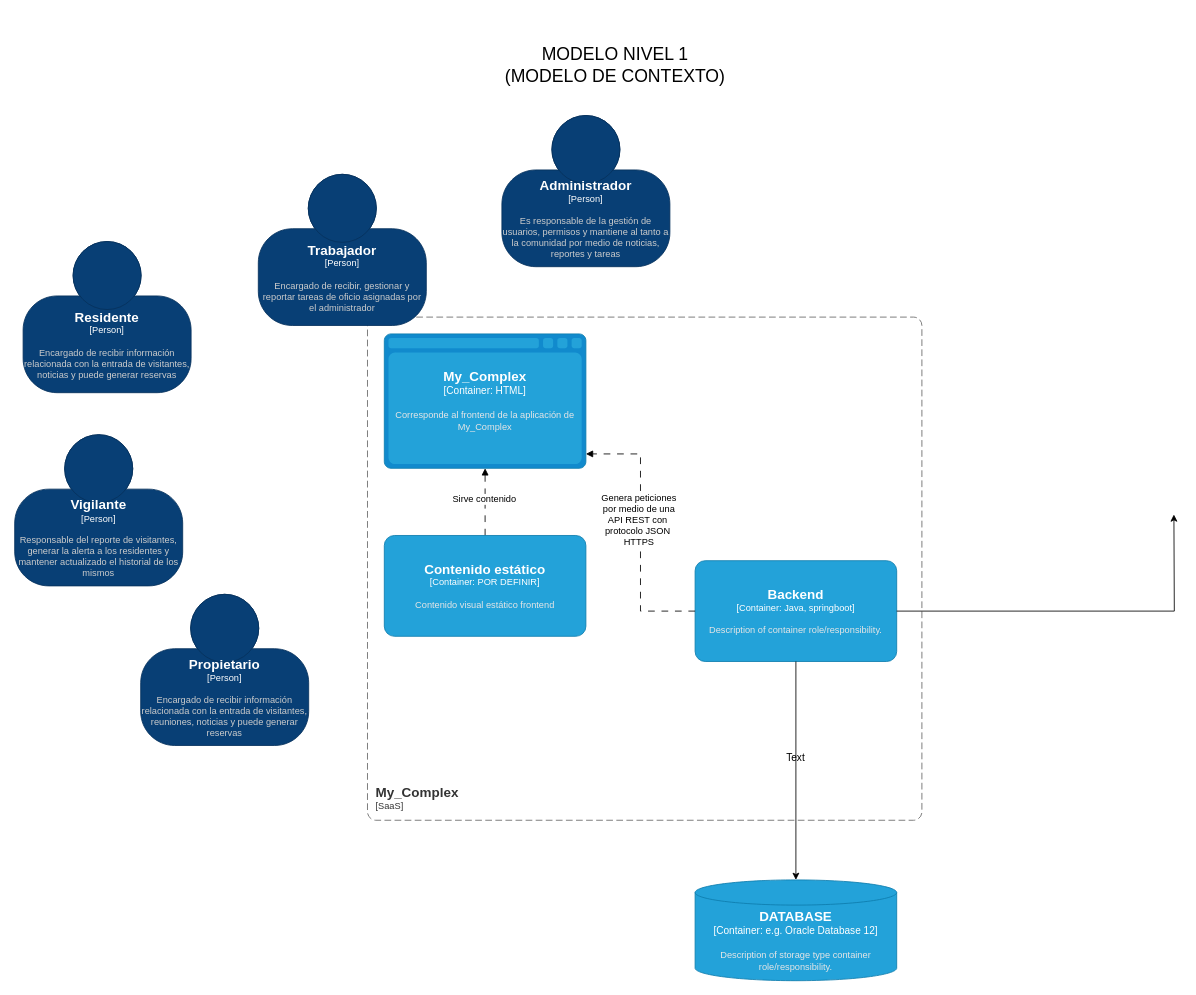
The draw.io diagram Modelo_de_contexto2.drawio in 3st3b4nR/Documentacion_My_Complex, before the edit. Source tidied: cells renumbered, new cells numbered last; positions are measured from the earlier drawing's top-left corner, leaving out a move shared by most shapes. Both pictures are drawn from the tidied source at 84%, with x=0, y=0 at pixel (14, 14).
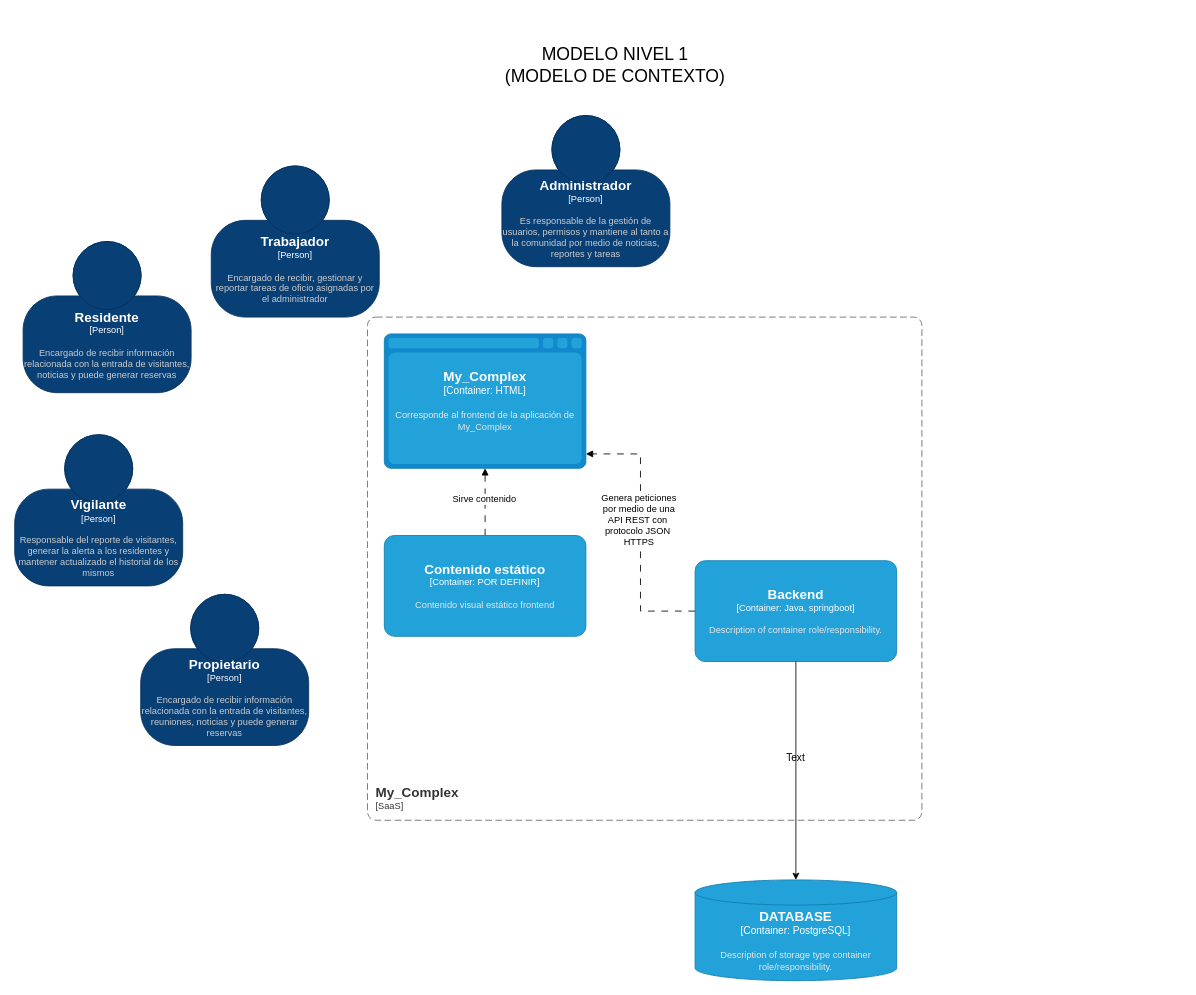
Above is the later version.

Commit message (it also covers changes not shown here):
Agrego el adr para el stack del frontend

The change refers to these unchanged cells:
```xml
<object id="8" label="&lt;font style=&quot;font-size: 16px&quot;&gt;&lt;b&gt;%c4Name%&lt;/b&gt;&lt;/font&gt;&lt;div&gt;[%c4Type%: %c4Technology%]&lt;/div&gt;&lt;br&gt;&lt;div&gt;&lt;font style=&quot;font-size: 11px&quot;&gt;&lt;font color=&quot;#E6E6E6&quot;&gt;%c4Description%&lt;/font&gt;&lt;/div&gt;" c4Description="Description of container role/responsibility." c4Name="Backend" c4Technology="Java, springboot" c4Type="Container" placeholders="1">
  <mxCell style="rounded=1;whiteSpace=wrap;html=1;fontSize=11;labelBackgroundColor=none;fillColor=#23A2D9;fontColor=#ffffff;align=center;arcSize=10;strokeColor=#0E7DAD;points=[[0.25,0,0],[0.5,0,0],[0.75,0,0],[1,0.25,0],[1,0.5,0],[1,0.75,0],[0.75,1,0],[0.5,1,0],[0.25,1,0],[0,0.75,0],[0,0.5,0],[0,0.25,0]];" parent="1" vertex="1">
    <mxGeometry x="810" y="650" width="240" height="120" as="geometry" />
  </mxCell>
</object>
```

Diff of the diagram source:
```diff
@@
-    <mxCell id="9" style="edgeStyle=orthogonalEdgeStyle;rounded=0;jettySize=auto;html=1;entryX=0.5;entryY=1;entryDx=0;entryDy=0;entryPerimeter=0;" parent="1" edge="1" source="8">
-      <mxGeometry relative="1" as="geometry">
-        <mxPoint x="1380" y="595" as="targetPoint" />
-      </mxGeometry>
-    </mxCell>
@@
-    <object id="12" label="&lt;font style=&quot;font-size: 16px&quot;&gt;&lt;b&gt;%c4Name%&lt;/b&gt;&lt;/font&gt;&lt;div&gt;[%c4Type%:&amp;nbsp;%c4Technology%]&lt;/div&gt;&lt;br&gt;&lt;div&gt;&lt;font style=&quot;font-size: 11px&quot;&gt;&lt;font color=&quot;#E6E6E6&quot;&gt;%c4Description%&lt;/font&gt;&lt;/div&gt;" c4Description="Description of storage type container role/responsibility." c4Name="DATABASE" c4Technology="e.g. Oracle Database 12" c4Type="Container" placeholders="1">
+    <object id="12" label="&lt;font style=&quot;font-size: 16px&quot;&gt;&lt;b&gt;%c4Name%&lt;/b&gt;&lt;/font&gt;&lt;div&gt;[%c4Type%:&amp;nbsp;%c4Technology%]&lt;/div&gt;&lt;br&gt;&lt;div&gt;&lt;font style=&quot;font-size: 11px&quot;&gt;&lt;font color=&quot;#E6E6E6&quot;&gt;%c4Description%&lt;/font&gt;&lt;/div&gt;" c4Description="Description of storage type container role/responsibility." c4Name="DATABASE" c4Technology="PostgreSQL" c4Type="Container" placeholders="1">
       <mxCell style="shape=cylinder3;size=15;whiteSpace=wrap;html=1;boundedLbl=1;rounded=0;labelBackgroundColor=none;fillColor=#23A2D9;fontSize=12;fontColor=#ffffff;align=center;strokeColor=#0E7DAD;points=[[0.5,0,0],[1,0.25,0],[1,0.5,0],[1,0.75,0],[0.5,1,0],[0,0.75,0],[0,0.5,0],[0,0.25,0]];" parent="1" vertex="1">
         <mxGeometry x="810" y="1030" width="240" height="120" as="geometry" />
       </mxCell>
     </object>
@@
     <object id="18" label="&lt;font style=&quot;font-size: 16px&quot;&gt;&lt;b&gt;%c4Name%&lt;/b&gt;&lt;/font&gt;&lt;div&gt;[%c4Type%]&lt;/div&gt;&lt;br&gt;&lt;div&gt;&lt;font style=&quot;font-size: 11px&quot;&gt;&lt;font color=&quot;#cccccc&quot;&gt;%c4Description%&lt;/font&gt;&lt;/div&gt;" c4Description="Encargado de recibir, gestionar y reportar tareas de oficio asignadas por el administrador" c4Name="Trabajador" c4Type="Person" placeholders="1">
       <mxCell style="html=1;fontSize=11;dashed=0;whiteSpace=wrap;fillColor=#083F75;strokeColor=#06315C;fontColor=#ffffff;shape=mxgraph.c4.person2;align=center;" parent="1" vertex="1">
-        <mxGeometry x="290" y="190" width="200" height="180" as="geometry" />
+        <mxGeometry x="234" y="180" width="200" height="180" as="geometry" />
       </mxCell>
     </object>
```
